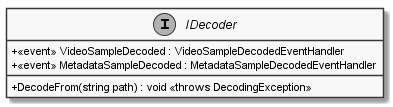
Above: documents/sd/resources/Classes/Core/MORR/Transcoding/IDecoder.png in insightmind/MORR (PlantUML), before the change. Source of this version:
```plantuml
@startuml
skinparam monochrome true
skinparam classAttributeIconSize 0

interface IDecoder {
    + DecodeFrom(string path) : void <<throws DecodingException>>
    + <<event>> VideoSampleDecoded : VideoSampleDecodedEventHandler
    + <<event>> MetadataSampleDecoded : MetadataSampleDecodedEventHandler
}
@enduml
```
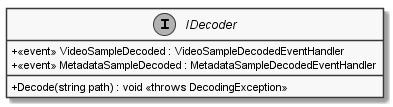
After the change.

The edit, as a diff of the source:
```diff
@@ -3,7 +3,7 @@
 skinparam classAttributeIconSize 0
 
 interface IDecoder {
-    + DecodeFrom(string path) : void <<throws DecodingException>>
+    + Decode(string path) : void <<throws DecodingException>>
     + <<event>> VideoSampleDecoded : VideoSampleDecodedEventHandler
     + <<event>> MetadataSampleDecoded : MetadataSampleDecodedEventHandler
 }
```
